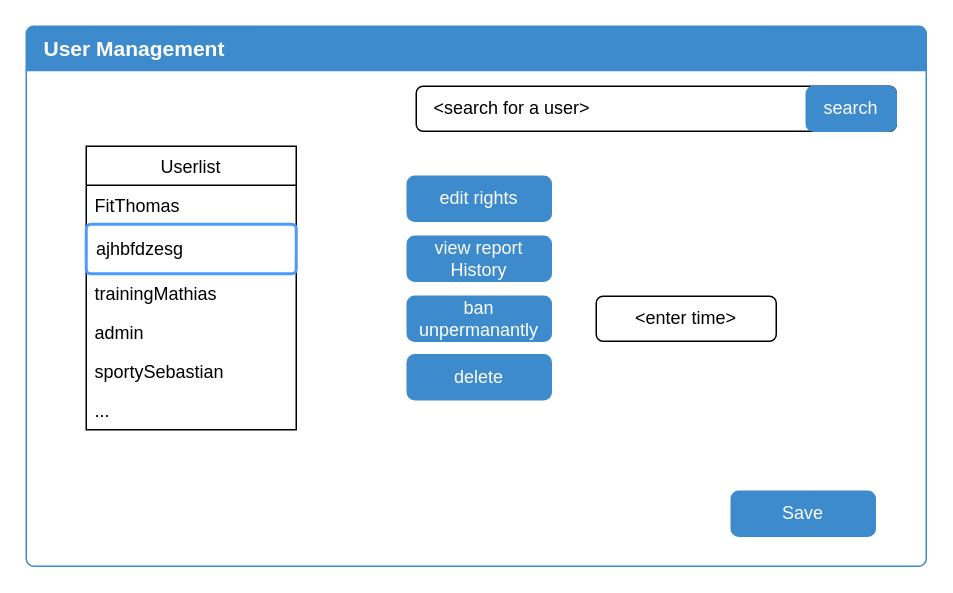
This is Projectmanagement/UC-User-Management/User_Management.drawio from Bronzila/TrackYourFit_docs, a draw.io file, before an edit. Source tidied: cells renumbered, new cells numbered last; positions are measured from the earlier drawing's top-left corner, leaving out a move shared by most shapes. Both pictures are drawn from the tidied source at 150%, with x=0, y=0 at pixel (26, 26).
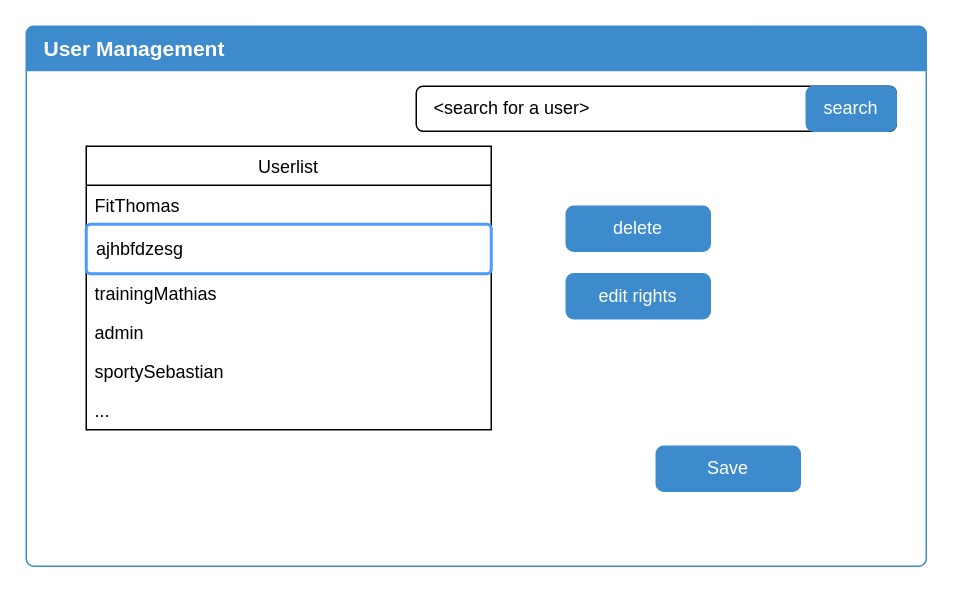
Above is the later version.

Commit message (it also covers changes not shown here):
Update UC-User_Management

The edit, as a diff of the source:
```diff
@@
 <mxGraphModel>
   <root>
     <mxCell id="0" />
     <mxCell id="1" parent="0" />
     <mxCell id="2" style="html=1;shadow=0;dashed=0;shape=mxgraph.bootstrap.rrect;align=center;rSize=5;strokeColor=#3D8BCD;fillColor=#ffffff;fontColor=#f0f0f0;spacingTop=30;whiteSpace=wrap;" parent="1" vertex="1">
       <mxGeometry width="600" height="360" as="geometry" />
     </mxCell>
     <mxCell id="3" style="rounded=1;whiteSpace=wrap;html=1;" parent="2" vertex="1">
       <mxGeometry x="260" y="40" width="320" height="30" as="geometry" />
     </mxCell>
     <mxCell id="4" value="User Management" style="html=1;shadow=0;dashed=0;shape=mxgraph.bootstrap.topButton;rSize=5;strokeColor=none;fillColor=#3D8BCD;fontColor=#ffffff;fontSize=14;fontStyle=1;align=left;spacingLeft=10;whiteSpace=wrap;" parent="2" vertex="1">
       <mxGeometry width="600" height="30" relative="1" as="geometry" />
     </mxCell>
     <mxCell id="5" value="search" style="html=1;shadow=0;dashed=0;shape=mxgraph.bootstrap.rrect;rSize=5;fillColor=#3D8BCD;align=center;strokeColor=#3D8BCD;fontColor=#ffffff;fontSize=12;whiteSpace=wrap;" parent="2" vertex="1">
       <mxGeometry x="520" y="40" width="60" height="30" as="geometry" />
     </mxCell>
     <mxCell id="6" value="&amp;lt;search for a user&amp;gt;" style="text;html=1;align=left;verticalAlign=top;spacingTop=-4;" parent="2" vertex="1">
       <mxGeometry x="270" y="45" width="120" height="20" as="geometry" />
     </mxCell>
     <mxCell id="7" value="Userlist" style="swimlane;fontStyle=0;horizontal=1;startSize=26;fillColor=none;" parent="2" vertex="1">
-      <mxGeometry x="40" y="80" width="140" height="189" as="geometry" />
+      <mxGeometry x="40" y="80" width="270" height="189" as="geometry" />
     </mxCell>
     <mxCell id="8" value="FitThomas" style="text;strokeColor=none;fillColor=none;align=left;verticalAlign=top;spacingLeft=4;spacingRight=4;overflow=hidden;" parent="7" vertex="1">
-      <mxGeometry y="26" width="140" height="26" as="geometry" />
+      <mxGeometry y="26" width="270" height="26" as="geometry" />
     </mxCell>
     <mxCell id="9" value="ajhbfdzesg" style="rounded=1;arcSize=9;align=left;spacingLeft=5;strokeColor=#4C9AFF;html=1;strokeWidth=2;fontSize=12;" parent="7" vertex="1">
-      <mxGeometry y="52" width="140" height="33" as="geometry" />
+      <mxGeometry y="52" width="270" height="33" as="geometry" />
     </mxCell>
     <mxCell id="10" value="trainingMathias" style="text;strokeColor=none;fillColor=none;align=left;verticalAlign=top;spacingLeft=4;spacingRight=4;overflow=hidden;" parent="7" vertex="1">
-      <mxGeometry y="85" width="140" height="26" as="geometry" />
+      <mxGeometry y="85" width="270" height="26" as="geometry" />
     </mxCell>
     <mxCell id="11" value="admin" style="text;strokeColor=none;fillColor=none;align=left;verticalAlign=top;spacingLeft=4;spacingRight=4;overflow=hidden;" parent="7" vertex="1">
-      <mxGeometry y="111" width="140" height="26" as="geometry" />
+      <mxGeometry y="111" width="270" height="26" as="geometry" />
     </mxCell>
     <mxCell id="12" value="sportySebastian" style="text;strokeColor=none;fillColor=none;align=left;verticalAlign=top;spacingLeft=4;spacingRight=4;overflow=hidden;" parent="7" vertex="1">
-      <mxGeometry y="137" width="140" height="26" as="geometry" />
+      <mxGeometry y="137" width="270" height="26" as="geometry" />
     </mxCell>
     <mxCell id="13" value="..." style="text;strokeColor=none;fillColor=none;align=left;verticalAlign=top;spacingLeft=4;spacingRight=4;overflow=hidden;" parent="7" vertex="1">
-      <mxGeometry y="163" width="140" height="26" as="geometry" />
+      <mxGeometry y="163" width="270" height="26" as="geometry" />
     </mxCell>
     <mxCell id="14" value="delete" style="html=1;shadow=0;dashed=0;shape=mxgraph.bootstrap.rrect;rSize=5;fillColor=#3D8BCD;align=center;strokeColor=#3D8BCD;fontColor=#ffffff;fontSize=12;whiteSpace=wrap;" parent="2" vertex="1">
-      <mxGeometry x="254" y="219" width="96" height="30" as="geometry" />
+      <mxGeometry x="360" y="120" width="96" height="30" as="geometry" />
     </mxCell>
-    <mxCell id="15" value="ban unpermanantly" style="html=1;shadow=0;dashed=0;shape=mxgraph.bootstrap.rrect;rSize=5;fillColor=#3D8BCD;align=center;strokeColor=#3D8BCD;fontColor=#ffffff;fontSize=12;whiteSpace=wrap;" parent="2" vertex="1">
-      <mxGeometry x="254" y="180" width="96" height="30" as="geometry" />
-    </mxCell>
     <mxCell id="16" value="edit rights" style="html=1;shadow=0;dashed=0;shape=mxgraph.bootstrap.rrect;rSize=5;fillColor=#3D8BCD;align=center;strokeColor=#3D8BCD;fontColor=#ffffff;fontSize=12;whiteSpace=wrap;" parent="2" vertex="1">
-      <mxGeometry x="254" y="100" width="96" height="30" as="geometry" />
+      <mxGeometry x="360" y="165" width="96" height="30" as="geometry" />
     </mxCell>
-    <mxCell id="17" value="&amp;lt;enter time&amp;gt;" style="rounded=1;whiteSpace=wrap;html=1;" parent="2" vertex="1">
-      <mxGeometry x="380" y="180" width="120" height="30" as="geometry" />
-    </mxCell>
     <mxCell id="18" value="Save" style="html=1;shadow=0;dashed=0;shape=mxgraph.bootstrap.rrect;rSize=5;fillColor=#3D8BCD;align=center;strokeColor=#3D8BCD;fontColor=#ffffff;fontSize=12;whiteSpace=wrap;" parent="2" vertex="1">
-      <mxGeometry x="470" y="310" width="96" height="30" as="geometry" />
+      <mxGeometry x="420" y="280" width="96" height="30" as="geometry" />
     </mxCell>
-    <mxCell id="19" value="view report History" style="html=1;shadow=0;dashed=0;shape=mxgraph.bootstrap.rrect;rSize=5;fillColor=#3D8BCD;align=center;strokeColor=#3D8BCD;fontColor=#ffffff;fontSize=12;whiteSpace=wrap;" parent="2" vertex="1">
-      <mxGeometry x="254" y="140" width="96" height="30" as="geometry" />
-    </mxCell>
   </root>
 </mxGraphModel>
```
